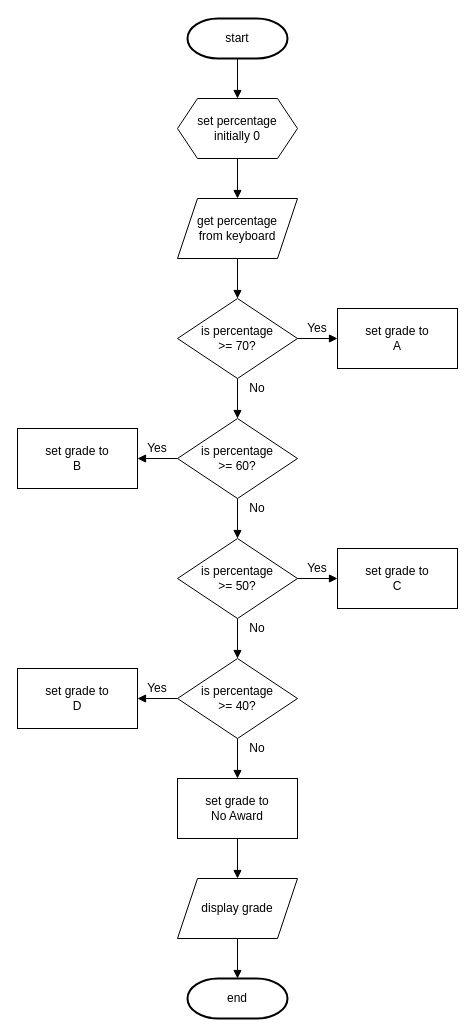
Earlier version of the draw.io diagram page "fc1 alt" (2 of 2) of n5-cs/sdd/N5-SDD-SQA-Result/assets/N5 SDD SQA Result.drawio (MrFriendCS/MrFriendCS.github.io). Source tidied: cells renumbered, new cells numbered last; positions are measured from the earlier drawing's top-left corner, leaving out a move shared by most shapes. Both pictures are drawn from the tidied source at 100%, with x=0, y=0 at pixel (17, 18).
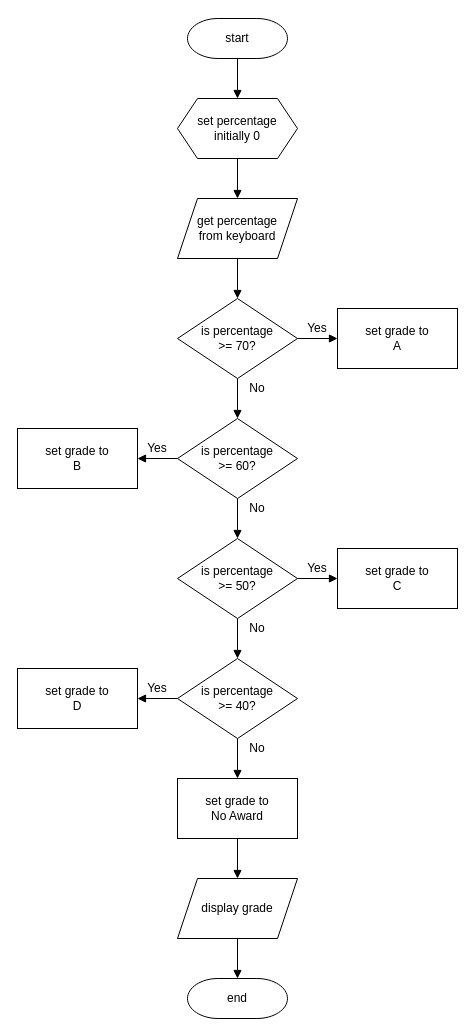
Above is the later version.

What changed in the source:
```diff
@@
-    <mxCell id="3" value="start" style="strokeWidth=2;html=1;shape=mxgraph.flowchart.terminator;whiteSpace=wrap;" parent="1" vertex="1">
+    <mxCell id="3" value="start" style="strokeWidth=1;html=1;shape=mxgraph.flowchart.terminator;whiteSpace=wrap;" parent="1" vertex="1">
       <mxGeometry x="170" width="100" height="40" as="geometry" />
     </mxCell>
@@
-    <mxCell id="12" value="end" style="strokeWidth=2;html=1;shape=mxgraph.flowchart.terminator;whiteSpace=wrap;" parent="1" vertex="1">
+    <mxCell id="12" value="end" style="strokeWidth=1;html=1;shape=mxgraph.flowchart.terminator;whiteSpace=wrap;" parent="1" vertex="1">
       <mxGeometry x="170" y="960" width="100" height="40" as="geometry" />
     </mxCell>
```
